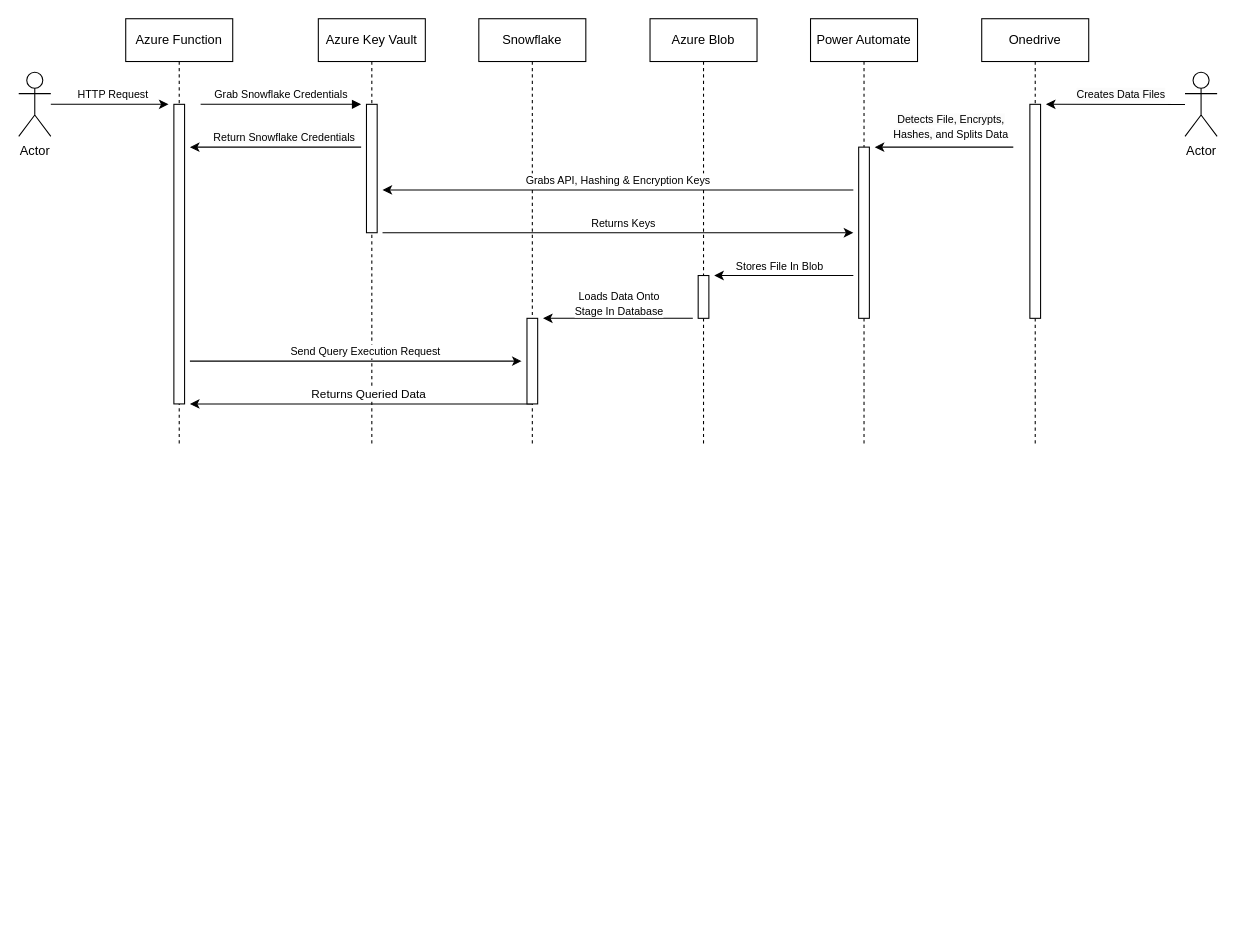
Earlier version of the draw.io diagram pii_data_pipeline.drawio (Baighasan/Ingine-Consultants-Projects-Sequence-Diagrams). Source tidied: cells renumbered, new cells numbered last; positions are measured from the earlier drawing's top-left corner, leaving out a move shared by most shapes. Both pictures are drawn from the tidied source at 107%, with x=0, y=0 at pixel (18, 18).
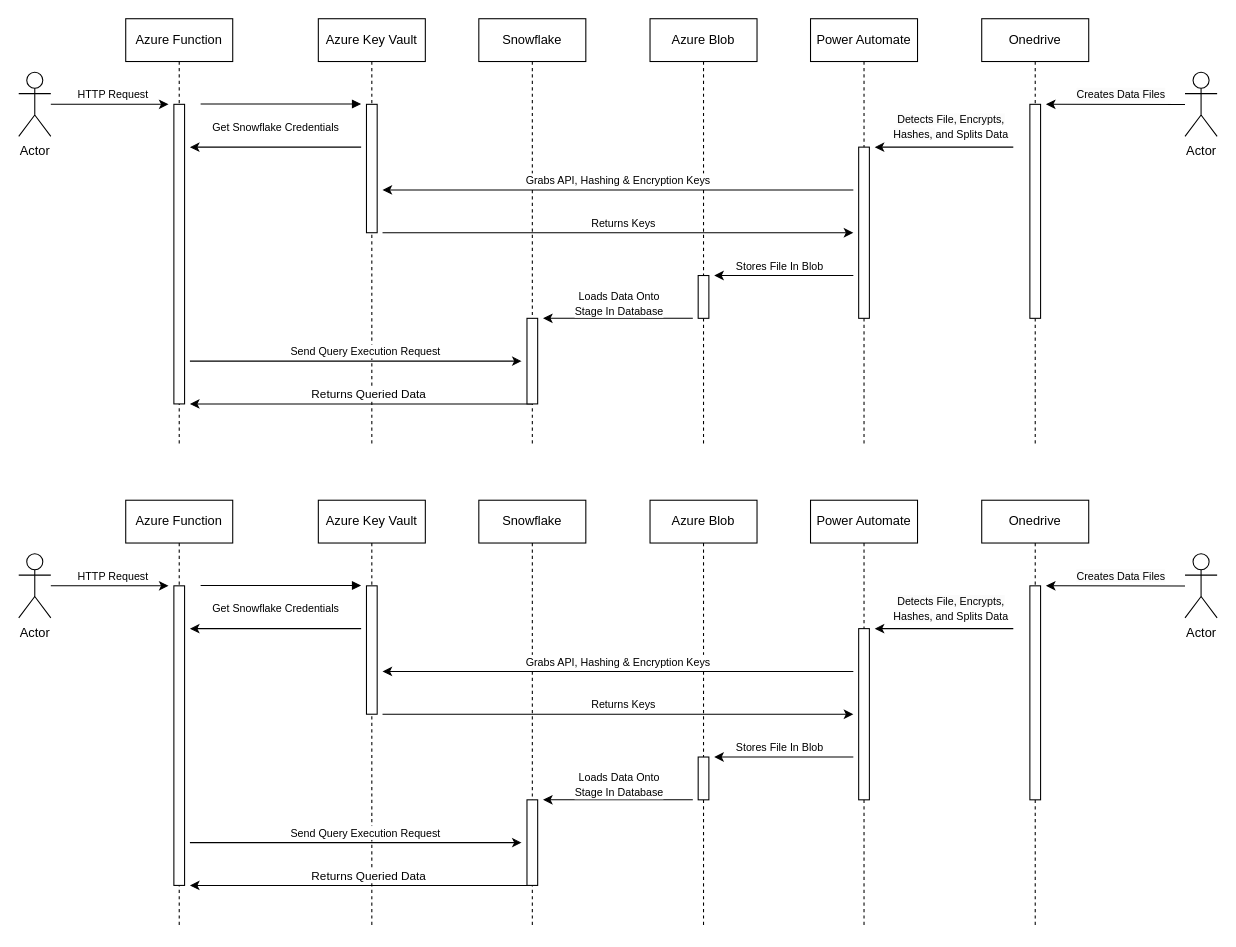
The same page after the edit.

Commit message:
Setting up for redesign

Unchanged cells that the change refers to:
```xml
<mxCell id="34" style="endArrow=classic;html=1;rounded=0;" parent="1" edge="1">
  <mxGeometry relative="1" as="geometry">
    <mxPoint x="320" y="120" as="sourcePoint" />
    <mxPoint x="160" y="120" as="targetPoint" />
  </mxGeometry>
</mxCell>
```

The edit, as a diff of the source:
```diff
@@
-    <mxCell id="4" value="&lt;font style=&quot;font-size: 10px;&quot;&gt;Grab Snowflake Credentials&lt;/font&gt;" style="html=1;verticalAlign=bottom;endArrow=block;edgeStyle=elbowEdgeStyle;elbow=vertical;curved=0;rounded=0;" parent="1" edge="1">
-      <mxGeometry relative="1" as="geometry">
-        <mxPoint x="170" y="80" as="sourcePoint" />
-        <mxPoint x="320" y="80" as="targetPoint" />
+    <mxCell id="4" value="&lt;font style=&quot;font-size: 10px;&quot;&gt;Get Snowflake Credentials&lt;/font&gt;" style="html=1;verticalAlign=bottom;endArrow=block;edgeStyle=elbowEdgeStyle;elbow=vertical;curved=0;rounded=0;" parent="1" edge="1">
+      <mxGeometry x="-0.07" y="-30" relative="1" as="geometry">
+        <mxPoint x="170" y="79.7" as="sourcePoint" />
+        <mxPoint x="320" y="79.7" as="targetPoint" />
         <Array as="points">
-          <mxPoint x="240" y="80" />
+          <mxPoint x="240" y="79.7" />
         </Array>
       </mxGeometry>
     </mxCell>
@@
-    <mxCell id="35" value="&lt;span style=&quot;background-color: rgb(251, 251, 251);&quot;&gt;&lt;font style=&quot;font-size: 10px;&quot;&gt;Return Snowflake Credentials&lt;/font&gt;&lt;/span&gt;" style="edgeLabel;html=1;align=center;verticalAlign=middle;" parent="34" vertex="1">
-      <mxGeometry x="-0.09" y="1" relative="1" as="geometry">
-        <mxPoint y="-11" as="offset" />
-      </mxGeometry>
-    </mxCell>
@@
+    <mxCell id="37" value="Onedrive" style="shape=umlLifeline;perimeter=lifelinePerimeter;whiteSpace=wrap;html=1;newEdgeStyle={&quot;edgeStyle&quot;:&quot;elbowEdgeStyle&quot;,&quot;elbow&quot;:&quot;vertical&quot;,&quot;curved&quot;:0,&quot;rounded&quot;:0};" parent="1" vertex="1">
+      <mxGeometry x="900" y="450" width="100" height="400" as="geometry" />
+    </mxCell>
+    <mxCell id="38" style="html=1;perimeter=orthogonalPerimeter;targetShapes=umlLifeline;newEdgeStyle={&quot;edgeStyle&quot;:&quot;elbowEdgeStyle&quot;,&quot;elbow&quot;:&quot;vertical&quot;,&quot;curved&quot;:0,&quot;rounded&quot;:0};" parent="37" vertex="1">
+      <mxGeometry x="45" y="80" width="10" height="200" as="geometry" />
+    </mxCell>
+    <mxCell id="39" value="&lt;font style=&quot;font-size: 10px;&quot;&gt;Get Snowflake Credentials&lt;/font&gt;" style="html=1;verticalAlign=bottom;endArrow=block;edgeStyle=elbowEdgeStyle;elbow=vertical;curved=0;rounded=0;" parent="1" edge="1">
+      <mxGeometry x="-0.07" y="-30" relative="1" as="geometry">
+        <mxPoint x="170" y="529.7" as="sourcePoint" />
+        <mxPoint x="320" y="529.7" as="targetPoint" />
+        <Array as="points">
+          <mxPoint x="240" y="529.7" />
+        </Array>
+      </mxGeometry>
+    </mxCell>
+    <mxCell id="40" value="Azure Key Vault" style="shape=umlLifeline;perimeter=lifelinePerimeter;whiteSpace=wrap;html=1;newEdgeStyle={&quot;edgeStyle&quot;:&quot;elbowEdgeStyle&quot;,&quot;elbow&quot;:&quot;vertical&quot;,&quot;curved&quot;:0,&quot;rounded&quot;:0};" parent="1" vertex="1">
+      <mxGeometry x="280" y="450" width="100" height="400" as="geometry" />
+    </mxCell>
+    <mxCell id="41" style="html=1;perimeter=orthogonalPerimeter;targetShapes=umlLifeline;newEdgeStyle={&quot;edgeStyle&quot;:&quot;elbowEdgeStyle&quot;,&quot;elbow&quot;:&quot;vertical&quot;,&quot;curved&quot;:0,&quot;rounded&quot;:0};" parent="40" vertex="1">
+      <mxGeometry x="45" y="80" width="10" height="120" as="geometry" />
+    </mxCell>
+    <mxCell id="42" value="Azure Blob" style="shape=umlLifeline;perimeter=lifelinePerimeter;whiteSpace=wrap;html=1;newEdgeStyle={&quot;edgeStyle&quot;:&quot;elbowEdgeStyle&quot;,&quot;elbow&quot;:&quot;vertical&quot;,&quot;curved&quot;:0,&quot;rounded&quot;:0};" parent="1" vertex="1">
+      <mxGeometry x="590" y="450" width="100" height="400" as="geometry" />
+    </mxCell>
+    <mxCell id="43" style="html=1;perimeter=orthogonalPerimeter;targetShapes=umlLifeline;newEdgeStyle={&quot;edgeStyle&quot;:&quot;elbowEdgeStyle&quot;,&quot;elbow&quot;:&quot;vertical&quot;,&quot;curved&quot;:0,&quot;rounded&quot;:0};" parent="42" vertex="1">
+      <mxGeometry x="45" y="240" width="10" height="40" as="geometry" />
+    </mxCell>
+    <mxCell id="44" value="Snowflake" style="shape=umlLifeline;perimeter=lifelinePerimeter;whiteSpace=wrap;html=1;newEdgeStyle={&quot;edgeStyle&quot;:&quot;elbowEdgeStyle&quot;,&quot;elbow&quot;:&quot;vertical&quot;,&quot;curved&quot;:0,&quot;rounded&quot;:0};" parent="1" vertex="1">
+      <mxGeometry x="430" y="450" width="100" height="400" as="geometry" />
+    </mxCell>
+    <mxCell id="45" value="Azure Function" style="shape=umlLifeline;perimeter=lifelinePerimeter;whiteSpace=wrap;html=1;newEdgeStyle={&quot;edgeStyle&quot;:&quot;elbowEdgeStyle&quot;,&quot;elbow&quot;:&quot;vertical&quot;,&quot;curved&quot;:0,&quot;rounded&quot;:0};" parent="1" vertex="1">
+      <mxGeometry x="100" y="450" width="100" height="400" as="geometry" />
+    </mxCell>
+    <mxCell id="46" style="html=1;perimeter=orthogonalPerimeter;targetShapes=umlLifeline;newEdgeStyle={&quot;edgeStyle&quot;:&quot;elbowEdgeStyle&quot;,&quot;elbow&quot;:&quot;vertical&quot;,&quot;curved&quot;:0,&quot;rounded&quot;:0};" parent="45" vertex="1">
+      <mxGeometry x="45" y="80" width="10" height="280" as="geometry" />
+    </mxCell>
+    <mxCell id="47" value="Actor" style="shape=umlActor;verticalLabelPosition=bottom;verticalAlign=top;html=1;outlineConnect=0;" parent="1" vertex="1">
+      <mxGeometry y="500" width="30" height="60" as="geometry" />
+    </mxCell>
+    <mxCell id="48" style="endArrow=classic;html=1;rounded=0;" parent="1" edge="1">
+      <mxGeometry relative="1" as="geometry">
+        <mxPoint x="160" y="770" as="sourcePoint" />
+        <mxPoint x="470" y="770" as="targetPoint" />
+      </mxGeometry>
+    </mxCell>
+    <mxCell id="49" value="&lt;font style=&quot;font-size: 10px;&quot;&gt;Send Query Execution Request&lt;/font&gt;" style="edgeLabel;html=1;align=center;verticalAlign=middle;" parent="48" vertex="1">
+      <mxGeometry x="0.21" y="2" relative="1" as="geometry">
+        <mxPoint x="-25" y="-8" as="offset" />
+      </mxGeometry>
+    </mxCell>
+    <mxCell id="50" style="endArrow=classic;html=1;rounded=0;" parent="1" edge="1">
+      <mxGeometry relative="1" as="geometry">
+        <mxPoint x="630" y="730" as="sourcePoint" />
+        <mxPoint x="490" y="730" as="targetPoint" />
+      </mxGeometry>
+    </mxCell>
+    <mxCell id="51" value="&lt;font style=&quot;font-size: 10px;&quot;&gt;Loads Data Onto &lt;br&gt;Stage In Database&lt;/font&gt;" style="edgeLabel;html=1;align=center;verticalAlign=middle;" parent="50" vertex="1">
+      <mxGeometry x="-0.11" y="-1" relative="1" as="geometry">
+        <mxPoint x="-8" y="-14" as="offset" />
+      </mxGeometry>
+    </mxCell>
+    <mxCell id="52" value="Power Automate" style="shape=umlLifeline;perimeter=lifelinePerimeter;whiteSpace=wrap;html=1;newEdgeStyle={&quot;edgeStyle&quot;:&quot;elbowEdgeStyle&quot;,&quot;elbow&quot;:&quot;vertical&quot;,&quot;curved&quot;:0,&quot;rounded&quot;:0};" parent="1" vertex="1">
+      <mxGeometry x="740" y="450" width="100" height="400" as="geometry" />
+    </mxCell>
+    <mxCell id="53" style="html=1;perimeter=orthogonalPerimeter;targetShapes=umlLifeline;newEdgeStyle={&quot;edgeStyle&quot;:&quot;elbowEdgeStyle&quot;,&quot;elbow&quot;:&quot;vertical&quot;,&quot;curved&quot;:0,&quot;rounded&quot;:0};" parent="52" vertex="1">
+      <mxGeometry x="45" y="120" width="10" height="160" as="geometry" />
+    </mxCell>
+    <mxCell id="54" style="endArrow=classic;html=1;rounded=0;" parent="1" edge="1">
+      <mxGeometry relative="1" as="geometry">
+        <mxPoint x="480" y="810" as="sourcePoint" />
+        <mxPoint x="160" y="810" as="targetPoint" />
+      </mxGeometry>
+    </mxCell>
+    <mxCell id="55" value="Returns Queried Data" style="edgeLabel;html=1;align=center;verticalAlign=middle;" parent="54" vertex="1">
+      <mxGeometry x="-0.06" y="-1" relative="1" as="geometry">
+        <mxPoint x="-4" y="-9" as="offset" />
+      </mxGeometry>
+    </mxCell>
+    <mxCell id="56" value="Actor" style="shape=umlActor;verticalLabelPosition=bottom;verticalAlign=top;html=1;" parent="1" vertex="1">
+      <mxGeometry x="1090" y="500" width="30" height="60" as="geometry" />
+    </mxCell>
+    <mxCell id="57" style="endArrow=classic;html=1;rounded=0;" parent="1" edge="1">
+      <mxGeometry relative="1" as="geometry">
+        <mxPoint x="1090" y="530.2" as="sourcePoint" />
+        <mxPoint x="960" y="530" as="targetPoint" />
+      </mxGeometry>
+    </mxCell>
+    <mxCell id="58" value="&lt;span style=&quot;background-color: rgb(251, 251, 251);&quot;&gt;&lt;font style=&quot;font-size: 10px;&quot;&gt;Creates Data Files&lt;/font&gt;&lt;/span&gt;" style="edgeLabel;html=1;align=center;verticalAlign=middle;" parent="57" vertex="1">
+      <mxGeometry x="-0.06" y="-1" relative="1" as="geometry">
+        <mxPoint y="-9" as="offset" />
+      </mxGeometry>
+    </mxCell>
+    <mxCell id="59" style="endArrow=classic;html=1;rounded=0;" parent="1" edge="1">
+      <mxGeometry relative="1" as="geometry">
+        <mxPoint x="929.5" y="570" as="sourcePoint" />
+        <mxPoint x="800" y="570" as="targetPoint" />
+      </mxGeometry>
+    </mxCell>
+    <mxCell id="60" value="&lt;font style=&quot;font-size: 10px;&quot;&gt;&lt;font style=&quot;background-color: rgb(251, 251, 251); font-size: 10px;&quot;&gt;Detects File, Encrypts,&lt;br&gt;Hashes,&amp;nbsp;&lt;/font&gt;&lt;span style=&quot;background-color: initial;&quot;&gt;and Splits Data&lt;/span&gt;&lt;/font&gt;" style="edgeLabel;html=1;align=center;verticalAlign=middle;" parent="59" vertex="1">
+      <mxGeometry x="-0.12" relative="1" as="geometry">
+        <mxPoint x="-2" y="-20" as="offset" />
+      </mxGeometry>
+    </mxCell>
+    <mxCell id="61" style="endArrow=classic;html=1;rounded=0;" parent="1" edge="1">
+      <mxGeometry relative="1" as="geometry">
+        <mxPoint x="780" y="690" as="sourcePoint" />
+        <mxPoint x="650" y="690" as="targetPoint" />
+      </mxGeometry>
+    </mxCell>
+    <mxCell id="62" value="&lt;font style=&quot;font-size: 10px;&quot;&gt;Stores File In Blob&lt;/font&gt;" style="edgeLabel;html=1;align=center;verticalAlign=middle;" parent="61" vertex="1">
+      <mxGeometry x="0.21" y="1" relative="1" as="geometry">
+        <mxPoint x="9" y="-11" as="offset" />
+      </mxGeometry>
+    </mxCell>
+    <mxCell id="63" style="endArrow=classic;html=1;rounded=0;" parent="1" edge="1">
+      <mxGeometry relative="1" as="geometry">
+        <mxPoint x="780" y="610" as="sourcePoint" />
+        <mxPoint x="340" y="610" as="targetPoint" />
+      </mxGeometry>
+    </mxCell>
+    <mxCell id="64" value="&lt;font style=&quot;font-size: 10px;&quot;&gt;Grabs API, Hashing &amp;amp; Encryption Keys&lt;/font&gt;" style="edgeLabel;html=1;align=center;verticalAlign=middle;" parent="63" vertex="1">
+      <mxGeometry relative="1" as="geometry">
+        <mxPoint x="-1" y="-10" as="offset" />
+      </mxGeometry>
+    </mxCell>
+    <mxCell id="65" style="endArrow=classic;html=1;rounded=0;" parent="1" edge="1">
+      <mxGeometry relative="1" as="geometry">
+        <mxPoint x="340" y="650" as="sourcePoint" />
+        <mxPoint x="780" y="650" as="targetPoint" />
+      </mxGeometry>
+    </mxCell>
+    <mxCell id="66" value="&lt;font style=&quot;font-size: 10px;&quot;&gt;Returns Keys&lt;/font&gt;" style="edgeLabel;html=1;align=center;verticalAlign=middle;" parent="65" vertex="1">
+      <mxGeometry x="0.02" y="1" relative="1" as="geometry">
+        <mxPoint y="-9" as="offset" />
+      </mxGeometry>
+    </mxCell>
+    <mxCell id="67" style="endArrow=classic;html=1;rounded=0;" parent="1" edge="1" source="47">
+      <mxGeometry relative="1" as="geometry">
+        <mxPoint x="140" y="530" as="targetPoint" />
+      </mxGeometry>
+    </mxCell>
+    <mxCell id="68" value="&lt;font style=&quot;font-size: 10px;&quot;&gt;HTTP Request&lt;/font&gt;" style="edgeLabel;html=1;align=center;verticalAlign=middle;" parent="67" vertex="1">
+      <mxGeometry x="-0.19" relative="1" as="geometry">
+        <mxPoint x="12" y="-10" as="offset" />
+      </mxGeometry>
+    </mxCell>
+    <mxCell id="69" style="endArrow=classic;html=1;rounded=0;" parent="1" edge="1">
+      <mxGeometry relative="1" as="geometry">
+        <mxPoint x="320" y="570" as="sourcePoint" />
+        <mxPoint x="160" y="570" as="targetPoint" />
+      </mxGeometry>
+    </mxCell>
+    <mxCell id="70" style="html=1;perimeter=orthogonalPerimeter;targetShapes=umlLifeline;newEdgeStyle={&quot;edgeStyle&quot;:&quot;elbowEdgeStyle&quot;,&quot;elbow&quot;:&quot;vertical&quot;,&quot;curved&quot;:0,&quot;rounded&quot;:0};" parent="1" vertex="1">
+      <mxGeometry x="475" y="730" width="10" height="80" as="geometry" />
+    </mxCell>
```
